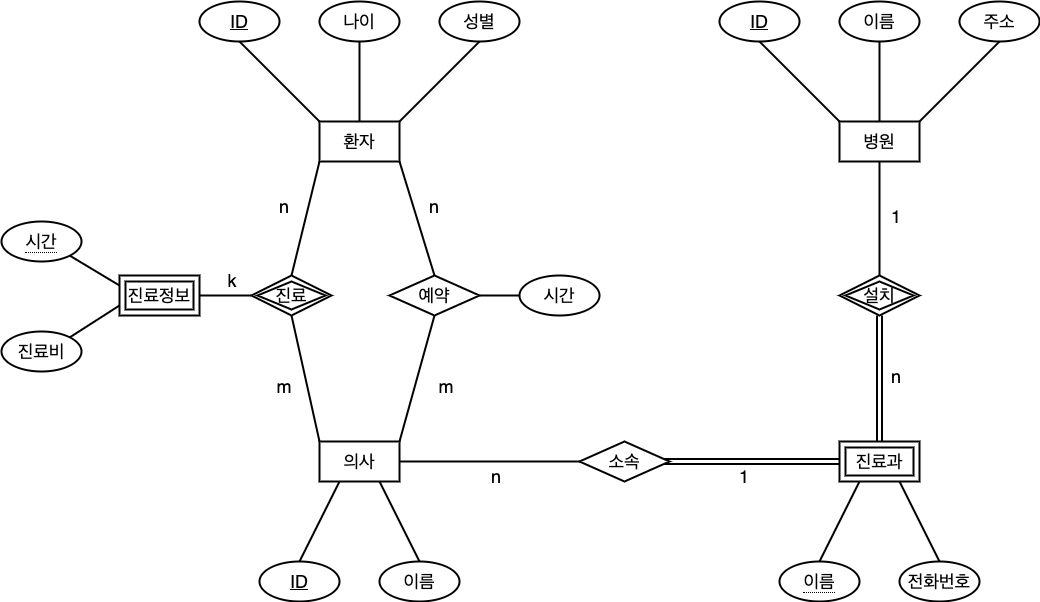
This is hongik_hospital_ERD.png from haen-su/hongik_hospital, a draw.io export, as it was before one commit. Source tidied: cells renumbered, new cells last; positions are measured from the earlier drawing's top-left corner, leaving out a move shared by most shapes. The source it was exported from:
```xml
<mxGraphModel>
  <root>
    <mxCell id="0" />
    <mxCell id="1" parent="0" />
    <mxCell id="2" value="&lt;font style=&quot;font-size: 18px;&quot;&gt;환자&lt;/font&gt;" style="rounded=0;whiteSpace=wrap;html=1;strokeWidth=2;" parent="1" vertex="1">
      <mxGeometry x="318" y="120" width="80" height="40" as="geometry" />
    </mxCell>
    <mxCell id="3" style="edgeStyle=orthogonalEdgeStyle;rounded=0;jettySize=auto;html=1;fontSize=18;endArrow=none;endFill=0;strokeWidth=2;" parent="1" edge="1" source="4" target="12">
      <mxGeometry relative="1" as="geometry" />
    </mxCell>
    <mxCell id="4" value="&lt;font style=&quot;font-size: 18px;&quot;&gt;병원&lt;/font&gt;" style="rounded=0;whiteSpace=wrap;html=1;strokeWidth=2;" parent="1" vertex="1">
      <mxGeometry x="838" y="120" width="80" height="40" as="geometry" />
    </mxCell>
    <mxCell id="5" style="edgeStyle=orthogonalEdgeStyle;rounded=0;jettySize=auto;html=1;fontSize=18;endArrow=none;endFill=0;shape=link;strokeWidth=2;" parent="1" edge="1" target="12">
      <mxGeometry relative="1" as="geometry">
        <mxPoint x="878" y="440" as="sourcePoint" />
      </mxGeometry>
    </mxCell>
    <mxCell id="6" style="edgeStyle=orthogonalEdgeStyle;rounded=0;jettySize=auto;html=1;fontSize=18;endArrow=none;endFill=0;strokeWidth=2;" parent="1" edge="1" source="7" target="9">
      <mxGeometry relative="1" as="geometry" />
    </mxCell>
    <mxCell id="7" value="&lt;font style=&quot;font-size: 18px;&quot;&gt;의사&lt;/font&gt;" style="rounded=0;whiteSpace=wrap;html=1;strokeWidth=2;" parent="1" vertex="1">
      <mxGeometry x="318" y="440" width="80" height="40" as="geometry" />
    </mxCell>
    <mxCell id="8" style="edgeStyle=orthogonalEdgeStyle;shape=link;rounded=0;jettySize=auto;html=1;fontSize=18;endArrow=none;endFill=0;strokeWidth=2;" parent="1" edge="1" target="13">
      <mxGeometry relative="1" as="geometry">
        <mxPoint x="648" y="460" as="sourcePoint" />
      </mxGeometry>
    </mxCell>
    <mxCell id="9" value="소속" style="shape=rhombus;perimeter=rhombusPerimeter;whiteSpace=wrap;html=1;align=center;fontSize=18;strokeWidth=2;" parent="1" vertex="1">
      <mxGeometry x="578" y="440" width="90" height="40" as="geometry" />
    </mxCell>
    <mxCell id="10" value="예약" style="shape=rhombus;perimeter=rhombusPerimeter;whiteSpace=wrap;html=1;align=center;fontSize=18;strokeWidth=2;" parent="1" vertex="1">
      <mxGeometry x="388" y="274" width="90" height="40" as="geometry" />
    </mxCell>
    <mxCell id="11" value="진료" style="shape=rhombus;double=1;perimeter=rhombusPerimeter;whiteSpace=wrap;html=1;align=center;fontSize=18;strokeWidth=2;" parent="1" vertex="1">
      <mxGeometry x="250" y="274" width="80" height="40" as="geometry" />
    </mxCell>
    <mxCell id="12" value="설치" style="shape=rhombus;double=1;perimeter=rhombusPerimeter;whiteSpace=wrap;html=1;align=center;fontSize=18;strokeWidth=2;" parent="1" vertex="1">
      <mxGeometry x="838" y="274" width="80" height="40" as="geometry" />
    </mxCell>
    <mxCell id="13" value="진료과" style="shape=ext;margin=3;double=1;whiteSpace=wrap;html=1;align=center;fontSize=18;strokeWidth=2;" parent="1" vertex="1">
      <mxGeometry x="838" y="440" width="80" height="40" as="geometry" />
    </mxCell>
    <mxCell id="14" style="endArrow=none;html=1;rounded=0;fontSize=18;exitX=0.5;exitY=0;exitDx=0;exitDy=0;strokeWidth=2;" parent="1" edge="1" source="11">
      <mxGeometry relative="1" as="geometry">
        <mxPoint x="318" y="160" as="targetPoint" />
      </mxGeometry>
    </mxCell>
    <mxCell id="15" style="endArrow=none;html=1;rounded=0;fontSize=18;exitX=0.5;exitY=0;exitDx=0;exitDy=0;strokeWidth=2;" parent="1" edge="1" source="10">
      <mxGeometry relative="1" as="geometry">
        <mxPoint x="398" y="160" as="targetPoint" />
      </mxGeometry>
    </mxCell>
    <mxCell id="16" style="endArrow=none;html=1;rounded=0;fontSize=18;exitX=0.5;exitY=1;exitDx=0;exitDy=0;entryX=1;entryY=0;entryDx=0;entryDy=0;strokeWidth=2;" parent="1" edge="1" source="10" target="7">
      <mxGeometry relative="1" as="geometry" />
    </mxCell>
    <mxCell id="17" style="endArrow=none;html=1;rounded=0;fontSize=18;exitX=0;exitY=0;exitDx=0;exitDy=0;entryX=0.5;entryY=1;entryDx=0;entryDy=0;strokeWidth=2;" parent="1" edge="1" source="7" target="11">
      <mxGeometry relative="1" as="geometry" />
    </mxCell>
    <mxCell id="18" value="ID" style="ellipse;whiteSpace=wrap;html=1;align=center;fontStyle=4;fontSize=18;strokeWidth=2;" parent="1" vertex="1">
      <mxGeometry x="718" width="80" height="40" as="geometry" />
    </mxCell>
    <mxCell id="19" value="ID" style="ellipse;whiteSpace=wrap;html=1;align=center;fontStyle=4;fontSize=18;strokeWidth=2;" parent="1" vertex="1">
      <mxGeometry x="198" width="80" height="40" as="geometry" />
    </mxCell>
    <mxCell id="20" value="ID" style="ellipse;whiteSpace=wrap;html=1;align=center;fontStyle=4;fontSize=18;strokeWidth=2;" parent="1" vertex="1">
      <mxGeometry x="258" y="560" width="80" height="40" as="geometry" />
    </mxCell>
    <mxCell id="21" style="endArrow=none;html=1;rounded=0;fontSize=18;exitX=0;exitY=0;exitDx=0;exitDy=0;entryX=0.5;entryY=1;entryDx=0;entryDy=0;strokeWidth=2;" parent="1" edge="1" source="2" target="19">
      <mxGeometry relative="1" as="geometry" />
    </mxCell>
    <mxCell id="22" style="edgeStyle=orthogonalEdgeStyle;rounded=0;jettySize=auto;html=1;fontSize=18;endArrow=none;endFill=0;strokeWidth=2;" parent="1" edge="1" source="23" target="2">
      <mxGeometry relative="1" as="geometry" />
    </mxCell>
    <mxCell id="23" value="나이" style="ellipse;whiteSpace=wrap;html=1;align=center;fontSize=18;strokeWidth=2;" parent="1" vertex="1">
      <mxGeometry x="318" width="80" height="40" as="geometry" />
    </mxCell>
    <mxCell id="24" value="성별" style="ellipse;whiteSpace=wrap;html=1;align=center;fontSize=18;strokeWidth=2;" parent="1" vertex="1">
      <mxGeometry x="438" width="80" height="40" as="geometry" />
    </mxCell>
    <mxCell id="25" style="endArrow=none;html=1;rounded=0;fontSize=18;exitX=0.5;exitY=0;exitDx=0;exitDy=0;entryX=0.5;entryY=1;entryDx=0;entryDy=0;strokeWidth=2;" parent="1" edge="1" target="24">
      <mxGeometry relative="1" as="geometry">
        <mxPoint x="398" y="120" as="sourcePoint" />
      </mxGeometry>
    </mxCell>
    <mxCell id="26" value="이름" style="ellipse;whiteSpace=wrap;html=1;align=center;fontSize=18;strokeWidth=2;" parent="1" vertex="1">
      <mxGeometry x="378" y="560" width="80" height="40" as="geometry" />
    </mxCell>
    <mxCell id="27" style="endArrow=none;html=1;rounded=0;fontSize=18;exitX=0.5;exitY=0;exitDx=0;exitDy=0;strokeWidth=2;" parent="1" edge="1" source="26">
      <mxGeometry relative="1" as="geometry">
        <mxPoint x="378" y="480" as="targetPoint" />
      </mxGeometry>
    </mxCell>
    <mxCell id="28" style="endArrow=none;html=1;rounded=0;fontSize=18;exitX=0.5;exitY=0;exitDx=0;exitDy=0;entryX=0.25;entryY=1;entryDx=0;entryDy=0;strokeWidth=2;" parent="1" edge="1" source="20" target="7">
      <mxGeometry relative="1" as="geometry" />
    </mxCell>
    <mxCell id="29" style="edgeStyle=orthogonalEdgeStyle;rounded=0;jettySize=auto;html=1;fontSize=18;endArrow=none;endFill=0;strokeWidth=2;" parent="1" edge="1" source="30" target="4">
      <mxGeometry relative="1" as="geometry" />
    </mxCell>
    <mxCell id="30" value="이름" style="ellipse;whiteSpace=wrap;html=1;align=center;fontSize=18;strokeWidth=2;" parent="1" vertex="1">
      <mxGeometry x="838" width="80" height="40" as="geometry" />
    </mxCell>
    <mxCell id="31" value="주소" style="ellipse;whiteSpace=wrap;html=1;align=center;fontSize=18;strokeWidth=2;" parent="1" vertex="1">
      <mxGeometry x="958" width="80" height="40" as="geometry" />
    </mxCell>
    <mxCell id="32" style="endArrow=none;html=1;rounded=0;fontSize=18;exitX=0;exitY=0;exitDx=0;exitDy=0;entryX=0.5;entryY=1;entryDx=0;entryDy=0;strokeWidth=2;" parent="1" edge="1" source="4" target="18">
      <mxGeometry relative="1" as="geometry" />
    </mxCell>
    <mxCell id="33" style="endArrow=none;html=1;rounded=0;fontSize=18;exitX=1;exitY=0;exitDx=0;exitDy=0;entryX=0.5;entryY=1;entryDx=0;entryDy=0;strokeWidth=2;" parent="1" edge="1" source="4" target="31">
      <mxGeometry relative="1" as="geometry" />
    </mxCell>
    <mxCell id="34" value="&lt;span style=&quot;border-bottom: 1px dotted&quot;&gt;이름&lt;/span&gt;" style="ellipse;whiteSpace=wrap;html=1;align=center;fontSize=18;strokeWidth=2;" parent="1" vertex="1">
      <mxGeometry x="778" y="560" width="80" height="40" as="geometry" />
    </mxCell>
    <mxCell id="35" value="전화번호" style="ellipse;whiteSpace=wrap;html=1;align=center;fontSize=18;strokeWidth=2;" parent="1" vertex="1">
      <mxGeometry x="898" y="560" width="80" height="40" as="geometry" />
    </mxCell>
    <mxCell id="36" style="endArrow=none;html=1;rounded=0;fontSize=18;exitX=0.5;exitY=0;exitDx=0;exitDy=0;entryX=0.25;entryY=1;entryDx=0;entryDy=0;strokeWidth=2;" parent="1" edge="1">
      <mxGeometry x="1" y="-450" relative="1" as="geometry">
        <mxPoint x="818" y="560" as="sourcePoint" />
        <mxPoint x="858" y="480" as="targetPoint" />
        <mxPoint x="47" y="-181" as="offset" />
      </mxGeometry>
    </mxCell>
    <mxCell id="37" style="endArrow=none;html=1;rounded=0;fontSize=18;exitX=0.5;exitY=0;exitDx=0;exitDy=0;strokeWidth=2;" parent="1" edge="1">
      <mxGeometry x="-1" y="-463" relative="1" as="geometry">
        <mxPoint x="938" y="560" as="sourcePoint" />
        <mxPoint x="898" y="480" as="targetPoint" />
        <mxPoint x="46" y="157" as="offset" />
      </mxGeometry>
    </mxCell>
    <mxCell id="38" style="edgeStyle=orthogonalEdgeStyle;rounded=0;jettySize=auto;html=1;strokeWidth=2;fontSize=18;endArrow=none;endFill=0;" parent="1" edge="1" source="39" target="10">
      <mxGeometry relative="1" as="geometry" />
    </mxCell>
    <mxCell id="39" value="시간" style="ellipse;whiteSpace=wrap;html=1;align=center;fontSize=18;strokeWidth=2;" parent="1" vertex="1">
      <mxGeometry x="518" y="274" width="80" height="40" as="geometry" />
    </mxCell>
    <mxCell id="40" style="edgeStyle=orthogonalEdgeStyle;rounded=0;jettySize=auto;html=1;strokeWidth=2;fontSize=18;endArrow=none;endFill=0;" parent="1" edge="1" source="41" target="11">
      <mxGeometry relative="1" as="geometry" />
    </mxCell>
    <mxCell id="41" value="진료정보" style="shape=ext;margin=3;double=1;whiteSpace=wrap;html=1;align=center;fontSize=18;strokeWidth=2;" parent="1" vertex="1">
      <mxGeometry x="118" y="274" width="80" height="40" as="geometry" />
    </mxCell>
    <mxCell id="42" value="&lt;span style=&quot;border-bottom: 1px dotted&quot;&gt;시간&lt;/span&gt;" style="ellipse;whiteSpace=wrap;html=1;align=center;fontSize=18;strokeWidth=2;" parent="1" vertex="1">
      <mxGeometry y="220" width="80" height="40" as="geometry" />
    </mxCell>
    <mxCell id="43" value="진료비" style="ellipse;whiteSpace=wrap;html=1;align=center;fontSize=18;strokeWidth=2;" parent="1" vertex="1">
      <mxGeometry y="330" width="80" height="40" as="geometry" />
    </mxCell>
    <mxCell id="44" style="endArrow=none;html=1;rounded=0;fontSize=18;entryX=1;entryY=1;entryDx=0;entryDy=0;strokeWidth=2;exitX=0;exitY=0.25;exitDx=0;exitDy=0;" parent="1" edge="1" source="41" target="42">
      <mxGeometry relative="1" as="geometry" />
    </mxCell>
    <mxCell id="45" style="endArrow=none;html=1;rounded=0;fontSize=18;entryX=1;entryY=0;entryDx=0;entryDy=0;strokeWidth=2;exitX=0;exitY=0.75;exitDx=0;exitDy=0;" parent="1" edge="1" source="41" target="43">
      <mxGeometry relative="1" as="geometry" />
    </mxCell>
    <mxCell id="46" value="1" style="text;html=1;strokeColor=none;fillColor=none;align=center;verticalAlign=middle;whiteSpace=wrap;rounded=0;strokeWidth=2;fontSize=18;" parent="1" vertex="1">
      <mxGeometry x="870" y="200" width="50" height="30" as="geometry" />
    </mxCell>
    <mxCell id="47" value="n" style="text;html=1;strokeColor=none;fillColor=none;align=center;verticalAlign=middle;whiteSpace=wrap;rounded=0;strokeWidth=2;fontSize=18;" parent="1" vertex="1">
      <mxGeometry x="870" y="360" width="50" height="30" as="geometry" />
    </mxCell>
    <mxCell id="48" value="1" style="text;html=1;strokeColor=none;fillColor=none;align=center;verticalAlign=middle;whiteSpace=wrap;rounded=0;strokeWidth=2;fontSize=18;" parent="1" vertex="1">
      <mxGeometry x="718" y="460" width="50" height="30" as="geometry" />
    </mxCell>
    <mxCell id="49" value="n" style="text;html=1;strokeColor=none;fillColor=none;align=center;verticalAlign=middle;whiteSpace=wrap;rounded=0;strokeWidth=2;fontSize=18;" parent="1" vertex="1">
      <mxGeometry x="470" y="460" width="50" height="30" as="geometry" />
    </mxCell>
    <mxCell id="50" value="n" style="text;html=1;strokeColor=none;fillColor=none;align=center;verticalAlign=middle;whiteSpace=wrap;rounded=0;strokeWidth=2;fontSize=18;" parent="1" vertex="1">
      <mxGeometry x="408" y="190" width="50" height="30" as="geometry" />
    </mxCell>
    <mxCell id="51" value="m" style="text;html=1;strokeColor=none;fillColor=none;align=center;verticalAlign=middle;whiteSpace=wrap;rounded=0;strokeWidth=2;fontSize=18;" parent="1" vertex="1">
      <mxGeometry x="420" y="370" width="50" height="30" as="geometry" />
    </mxCell>
    <mxCell id="52" value="n" style="text;html=1;strokeColor=none;fillColor=none;align=center;verticalAlign=middle;whiteSpace=wrap;rounded=0;strokeWidth=2;fontSize=18;" parent="1" vertex="1">
      <mxGeometry x="258" y="190" width="50" height="30" as="geometry" />
    </mxCell>
    <mxCell id="53" value="m" style="text;html=1;strokeColor=none;fillColor=none;align=center;verticalAlign=middle;whiteSpace=wrap;rounded=0;strokeWidth=2;fontSize=18;" parent="1" vertex="1">
      <mxGeometry x="258" y="370" width="50" height="30" as="geometry" />
    </mxCell>
    <mxCell id="54" value="k" style="text;html=1;strokeColor=none;fillColor=none;align=center;verticalAlign=middle;whiteSpace=wrap;rounded=0;strokeWidth=2;fontSize=18;" parent="1" vertex="1">
      <mxGeometry x="206" y="264" width="50" height="30" as="geometry" />
    </mxCell>
  </root>
</mxGraphModel>
```
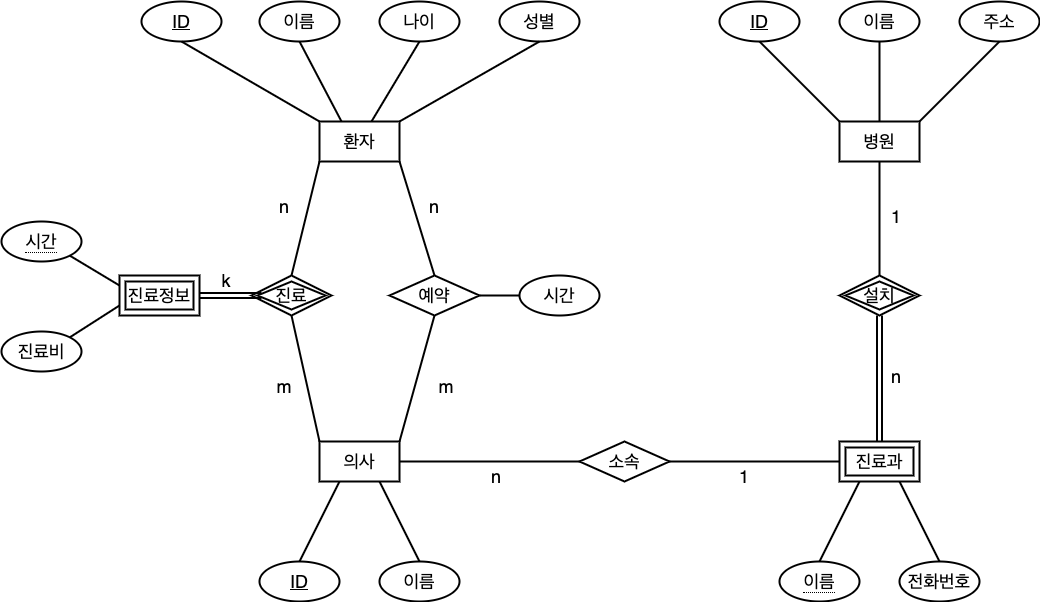
Later version of the same file.

Change to the diagram source:
```diff
@@ -22,7 +22,7 @@
     <mxCell id="7" value="&lt;font style=&quot;font-size: 18px;&quot;&gt;의사&lt;/font&gt;" style="rounded=0;whiteSpace=wrap;html=1;strokeWidth=2;" parent="1" vertex="1">
       <mxGeometry x="318" y="440" width="80" height="40" as="geometry" />
     </mxCell>
-    <mxCell id="8" style="edgeStyle=orthogonalEdgeStyle;shape=link;rounded=0;jettySize=auto;html=1;fontSize=18;endArrow=none;endFill=0;strokeWidth=2;" parent="1" edge="1" target="13">
+    <mxCell id="8" style="edgeStyle=orthogonalEdgeStyle;rounded=0;jettySize=auto;html=1;fontSize=18;endArrow=none;endFill=0;strokeWidth=2;" parent="1" edge="1" target="13">
       <mxGeometry relative="1" as="geometry">
         <mxPoint x="648" y="460" as="sourcePoint" />
       </mxGeometry>
@@ -62,7 +62,7 @@
       <mxGeometry x="718" width="80" height="40" as="geometry" />
     </mxCell>
     <mxCell id="19" value="ID" style="ellipse;whiteSpace=wrap;html=1;align=center;fontStyle=4;fontSize=18;strokeWidth=2;" parent="1" vertex="1">
-      <mxGeometry x="198" width="80" height="40" as="geometry" />
+      <mxGeometry x="140" width="80" height="40" as="geometry" />
     </mxCell>
     <mxCell id="20" value="ID" style="ellipse;whiteSpace=wrap;html=1;align=center;fontStyle=4;fontSize=18;strokeWidth=2;" parent="1" vertex="1">
       <mxGeometry x="258" y="560" width="80" height="40" as="geometry" />
@@ -70,14 +70,11 @@
     <mxCell id="21" style="endArrow=none;html=1;rounded=0;fontSize=18;exitX=0;exitY=0;exitDx=0;exitDy=0;entryX=0.5;entryY=1;entryDx=0;entryDy=0;strokeWidth=2;" parent="1" edge="1" source="2" target="19">
       <mxGeometry relative="1" as="geometry" />
     </mxCell>
-    <mxCell id="22" style="edgeStyle=orthogonalEdgeStyle;rounded=0;jettySize=auto;html=1;fontSize=18;endArrow=none;endFill=0;strokeWidth=2;" parent="1" edge="1" source="23" target="2">
-      <mxGeometry relative="1" as="geometry" />
-    </mxCell>
     <mxCell id="23" value="나이" style="ellipse;whiteSpace=wrap;html=1;align=center;fontSize=18;strokeWidth=2;" parent="1" vertex="1">
-      <mxGeometry x="318" width="80" height="40" as="geometry" />
+      <mxGeometry x="378" width="80" height="40" as="geometry" />
     </mxCell>
     <mxCell id="24" value="성별" style="ellipse;whiteSpace=wrap;html=1;align=center;fontSize=18;strokeWidth=2;" parent="1" vertex="1">
-      <mxGeometry x="438" width="80" height="40" as="geometry" />
+      <mxGeometry x="498" width="80" height="40" as="geometry" />
     </mxCell>
     <mxCell id="25" style="endArrow=none;html=1;rounded=0;fontSize=18;exitX=0.5;exitY=0;exitDx=0;exitDy=0;entryX=0.5;entryY=1;entryDx=0;entryDy=0;strokeWidth=2;" parent="1" edge="1" target="24">
       <mxGeometry relative="1" as="geometry">
@@ -136,8 +133,10 @@
     <mxCell id="39" value="시간" style="ellipse;whiteSpace=wrap;html=1;align=center;fontSize=18;strokeWidth=2;" parent="1" vertex="1">
       <mxGeometry x="518" y="274" width="80" height="40" as="geometry" />
     </mxCell>
-    <mxCell id="40" style="edgeStyle=orthogonalEdgeStyle;rounded=0;jettySize=auto;html=1;strokeWidth=2;fontSize=18;endArrow=none;endFill=0;" parent="1" edge="1" source="41" target="11">
-      <mxGeometry relative="1" as="geometry" />
+    <mxCell id="40" style="edgeStyle=orthogonalEdgeStyle;rounded=0;jettySize=auto;html=1;strokeWidth=2;fontSize=18;endArrow=none;endFill=0;shape=link;" parent="1" edge="1" source="41">
+      <mxGeometry relative="1" as="geometry">
+        <mxPoint x="260" y="294" as="targetPoint" />
+      </mxGeometry>
     </mxCell>
     <mxCell id="41" value="진료정보" style="shape=ext;margin=3;double=1;whiteSpace=wrap;html=1;align=center;fontSize=18;strokeWidth=2;" parent="1" vertex="1">
       <mxGeometry x="118" y="274" width="80" height="40" as="geometry" />
@@ -179,7 +178,20 @@
       <mxGeometry x="258" y="370" width="50" height="30" as="geometry" />
     </mxCell>
     <mxCell id="54" value="k" style="text;html=1;strokeColor=none;fillColor=none;align=center;verticalAlign=middle;whiteSpace=wrap;rounded=0;strokeWidth=2;fontSize=18;" parent="1" vertex="1">
-      <mxGeometry x="206" y="264" width="50" height="30" as="geometry" />
+      <mxGeometry x="200" y="264" width="50" height="30" as="geometry" />
     </mxCell>
+    <mxCell id="55" value="이름" style="ellipse;whiteSpace=wrap;html=1;align=center;fontSize=18;strokeWidth=2;" parent="1" vertex="1">
+      <mxGeometry x="258" width="80" height="40" as="geometry" />
+    </mxCell>
+    <mxCell id="56" style="endArrow=none;html=1;rounded=0;entryX=0.5;entryY=1;entryDx=0;entryDy=0;strokeWidth=2;" parent="1" edge="1" target="23">
+      <mxGeometry relative="1" as="geometry">
+        <mxPoint x="370" y="120" as="sourcePoint" />
+      </mxGeometry>
+    </mxCell>
+    <mxCell id="57" style="endArrow=none;html=1;rounded=0;entryX=0.5;entryY=1;entryDx=0;entryDy=0;strokeWidth=2;" parent="1" edge="1" target="55">
+      <mxGeometry relative="1" as="geometry">
+        <mxPoint x="340" y="120" as="sourcePoint" />
+      </mxGeometry>
+    </mxCell>
   </root>
 </mxGraphModel>
```
